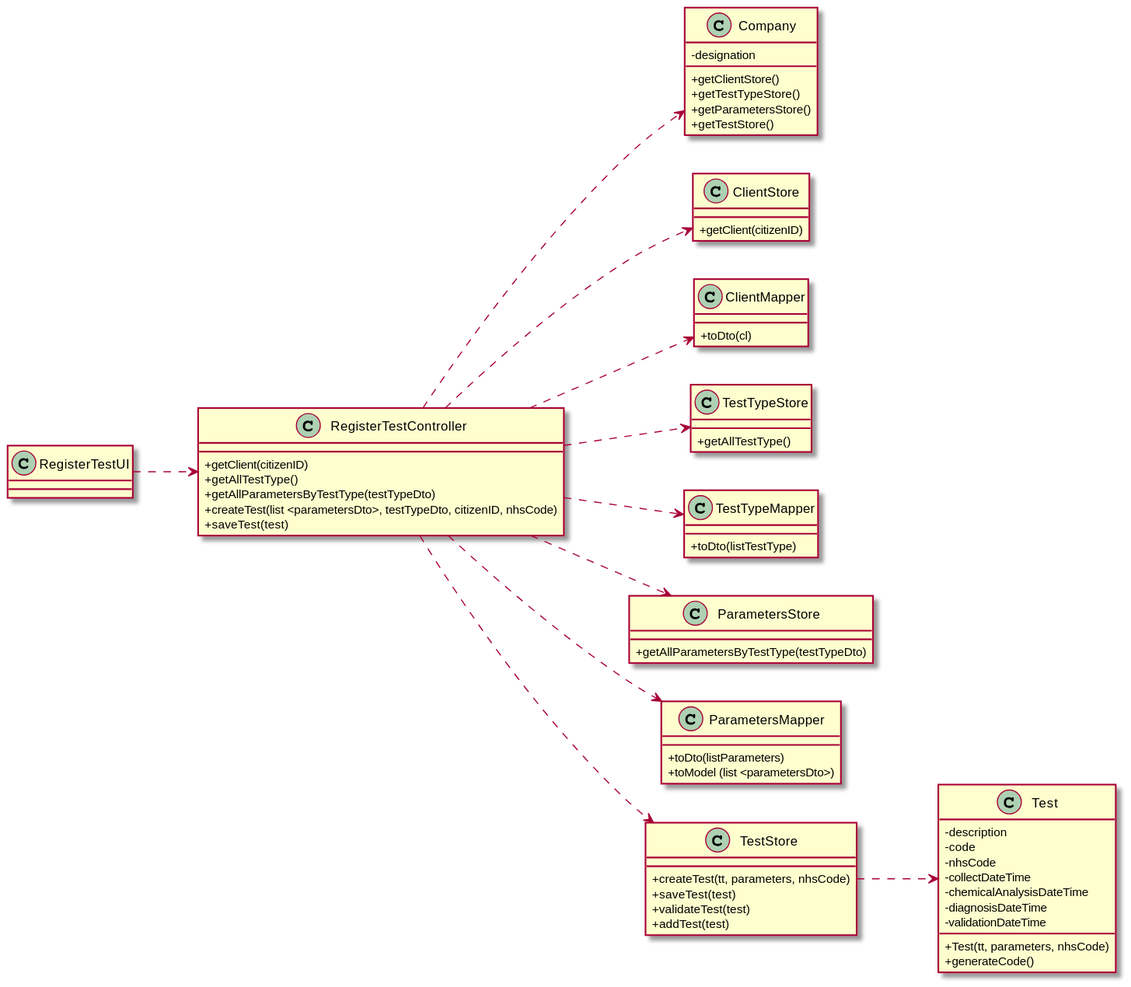
Earlier version of the PlantUML export docs/SprintC/US04/US04-CD.svg (0franciscor/lei-21-s2-1de-g19).
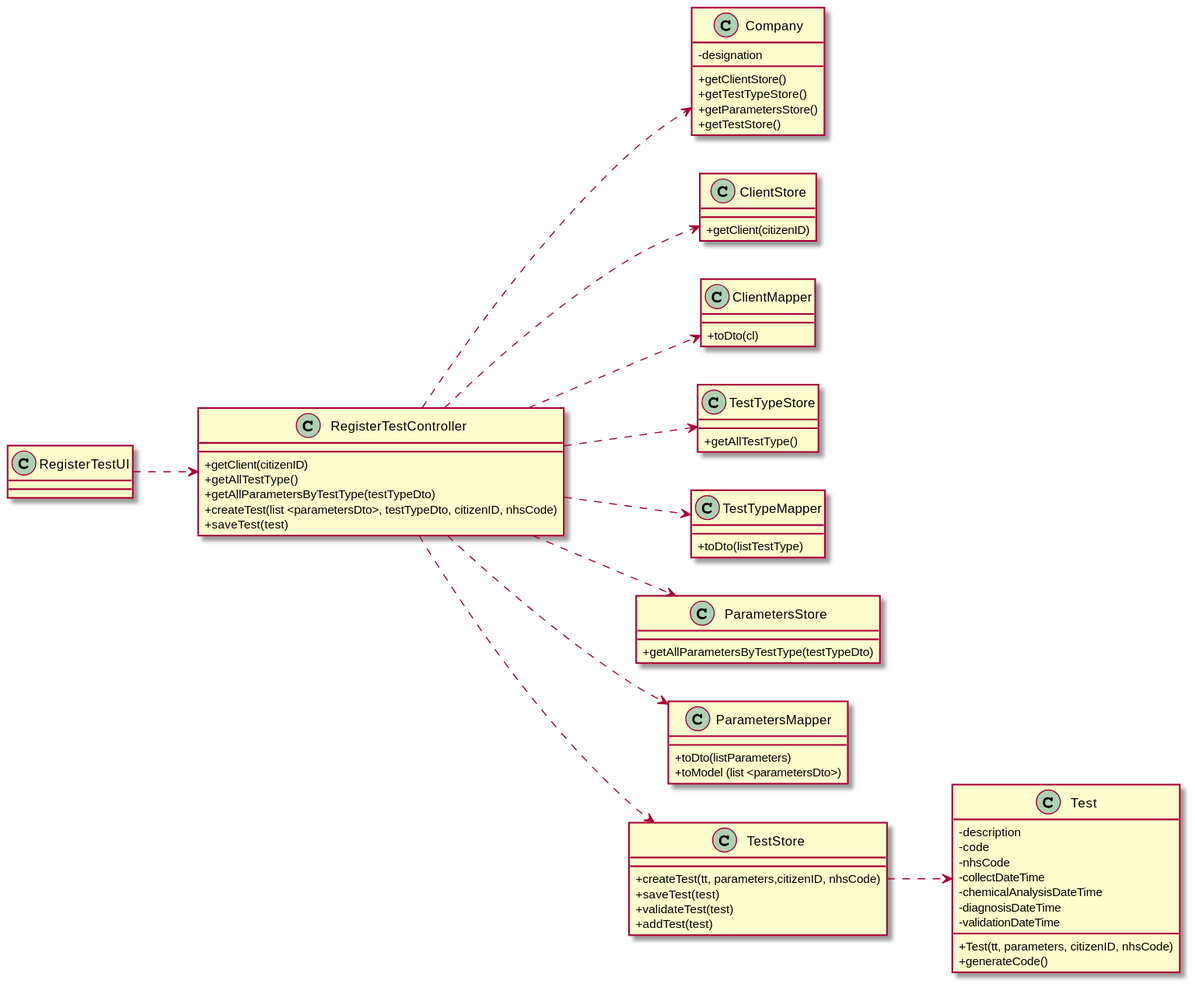
The same diagram one commit later.

What changed in the source:
```diff
@@ -47,7 +47,7 @@
 }
 
 class "TestStore" as TS {
-+createTest(tt, parameters, nhsCode)
++createTest(tt, parameters,citizenID, nhsCode)
 +saveTest(test)
 +validateTest(test)
 +addTest(test)
@@ -61,7 +61,7 @@
 -chemicalAnalysisDateTime
 -diagnosisDateTime
 -validationDateTime
-+Test(tt, parameters, nhsCode)
++Test(tt, parameters, citizenID, nhsCode)
 +generateCode()
 }
 
```
